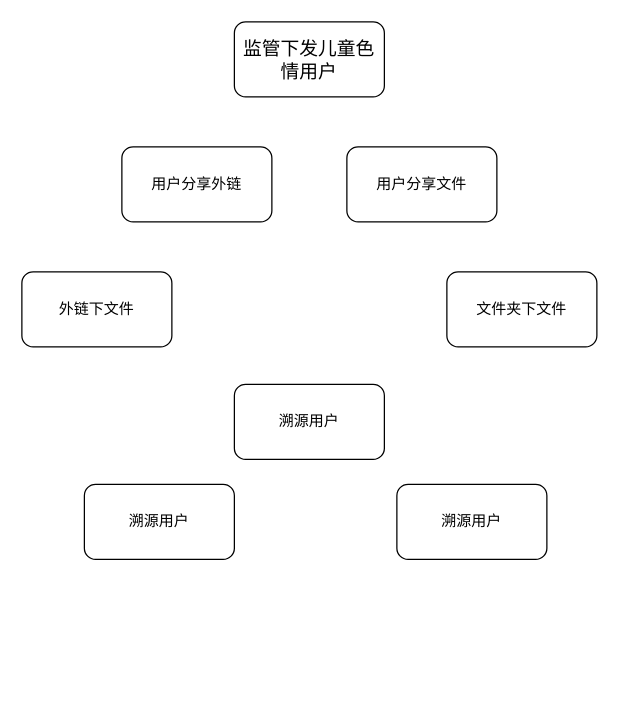
This is 儿童色情用户挖掘.drawio from hengxingtx/draw_pic, a draw.io file, before an edit. Source tidied: cells renumbered, new cells numbered last; positions are measured from the earlier drawing's top-left corner, leaving out a move shared by most shapes. Both pictures are drawn from the tidied source at 125%, with x=0, y=0 at pixel (21, 21).
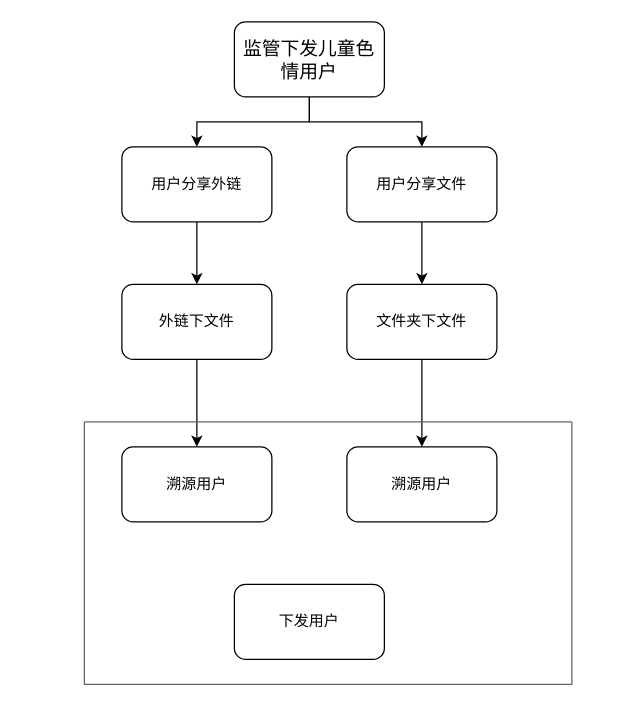
The same page after the edit.

Commit message (it also covers changes not shown here):
更新儿童色情用户挖掘.drawio

The edit, as a diff of the source:
```diff
@@
 <mxGraphModel>
   <root>
     <mxCell id="0" />
     <mxCell id="1" parent="0" />
+    <mxCell id="10" style="edgeStyle=orthogonalEdgeStyle;rounded=0;jettySize=auto;html=1;entryX=0.5;entryY=0;entryDx=0;entryDy=0;" parent="1" edge="1" source="2" target="3">
+      <mxGeometry relative="1" as="geometry" />
+    </mxCell>
+    <mxCell id="11" style="edgeStyle=orthogonalEdgeStyle;rounded=0;jettySize=auto;html=1;entryX=0.5;entryY=0;entryDx=0;entryDy=0;" parent="1" edge="1" source="2" target="4">
+      <mxGeometry relative="1" as="geometry" />
+    </mxCell>
     <mxCell id="2" value="&lt;font style=&quot;font-size: 15px;&quot;&gt;监管下发儿童色情用户&lt;/font&gt;" style="rounded=1;whiteSpace=wrap;html=1;" parent="1" vertex="1">
       <mxGeometry x="170" width="120" height="60" as="geometry" />
     </mxCell>
+    <mxCell id="12" style="edgeStyle=orthogonalEdgeStyle;rounded=0;jettySize=auto;html=1;entryX=0.5;entryY=0;entryDx=0;entryDy=0;" parent="1" edge="1" source="3" target="5">
+      <mxGeometry relative="1" as="geometry" />
+    </mxCell>
     <mxCell id="3" value="用户分享外链" style="rounded=1;whiteSpace=wrap;html=1;" parent="1" vertex="1">
       <mxGeometry x="80" y="100" width="120" height="60" as="geometry" />
     </mxCell>
+    <mxCell id="13" style="edgeStyle=orthogonalEdgeStyle;rounded=0;jettySize=auto;html=1;entryX=0.5;entryY=0;entryDx=0;entryDy=0;" parent="1" edge="1" source="4" target="7">
+      <mxGeometry relative="1" as="geometry" />
+    </mxCell>
     <mxCell id="4" value="用户分享文件" style="rounded=1;whiteSpace=wrap;html=1;" parent="1" vertex="1">
       <mxGeometry x="260" y="100" width="120" height="60" as="geometry" />
     </mxCell>
+    <mxCell id="14" style="edgeStyle=orthogonalEdgeStyle;rounded=0;jettySize=auto;html=1;entryX=0.5;entryY=0;entryDx=0;entryDy=0;" parent="1" edge="1" source="5" target="6">
+      <mxGeometry relative="1" as="geometry" />
+    </mxCell>
     <mxCell id="5" value="外链下文件" style="rounded=1;whiteSpace=wrap;html=1;" parent="1" vertex="1">
-      <mxGeometry y="200" width="120" height="60" as="geometry" />
+      <mxGeometry x="80" y="210" width="120" height="60" as="geometry" />
     </mxCell>
     <mxCell id="6" value="溯源用户" style="rounded=1;whiteSpace=wrap;html=1;" parent="1" vertex="1">
-      <mxGeometry x="170" y="290" width="120" height="60" as="geometry" />
+      <mxGeometry x="80" y="340" width="120" height="60" as="geometry" />
     </mxCell>
+    <mxCell id="15" style="edgeStyle=orthogonalEdgeStyle;rounded=0;jettySize=auto;html=1;entryX=0.5;entryY=0;entryDx=0;entryDy=0;" parent="1" edge="1" source="7" target="16">
+      <mxGeometry relative="1" as="geometry" />
+    </mxCell>
     <mxCell id="7" value="文件夹下文件" style="rounded=1;whiteSpace=wrap;html=1;" parent="1" vertex="1">
-      <mxGeometry x="340" y="200" width="120" height="60" as="geometry" />
+      <mxGeometry x="260" y="210" width="120" height="60" as="geometry" />
     </mxCell>
-    <mxCell id="8" value="溯源用户" style="rounded=1;whiteSpace=wrap;html=1;" parent="1" vertex="1">
-      <mxGeometry x="50" y="370" width="120" height="60" as="geometry" />
-    </mxCell>
-    <mxCell id="9" value="溯源用户" style="rounded=1;whiteSpace=wrap;html=1;" parent="1" vertex="1">
-      <mxGeometry x="300" y="370" width="120" height="60" as="geometry" />
-    </mxCell>
+    <mxCell id="16" value="溯源用户" style="rounded=1;whiteSpace=wrap;html=1;" parent="1" vertex="1">
+      <mxGeometry x="260" y="340" width="120" height="60" as="geometry" />
+    </mxCell>
+    <mxCell id="17" value="下发用户" style="rounded=1;whiteSpace=wrap;html=1;" parent="1" vertex="1">
+      <mxGeometry x="170" y="450" width="120" height="60" as="geometry" />
+    </mxCell>
+    <mxCell id="18" style="swimlane;startSize=0;fillColor=#f5f5f5;strokeColor=#666666;fontColor=#333333;" parent="1" vertex="1">
+      <mxGeometry x="50" y="320" width="390" height="210" as="geometry" />
+    </mxCell>
   </root>
 </mxGraphModel>
```
